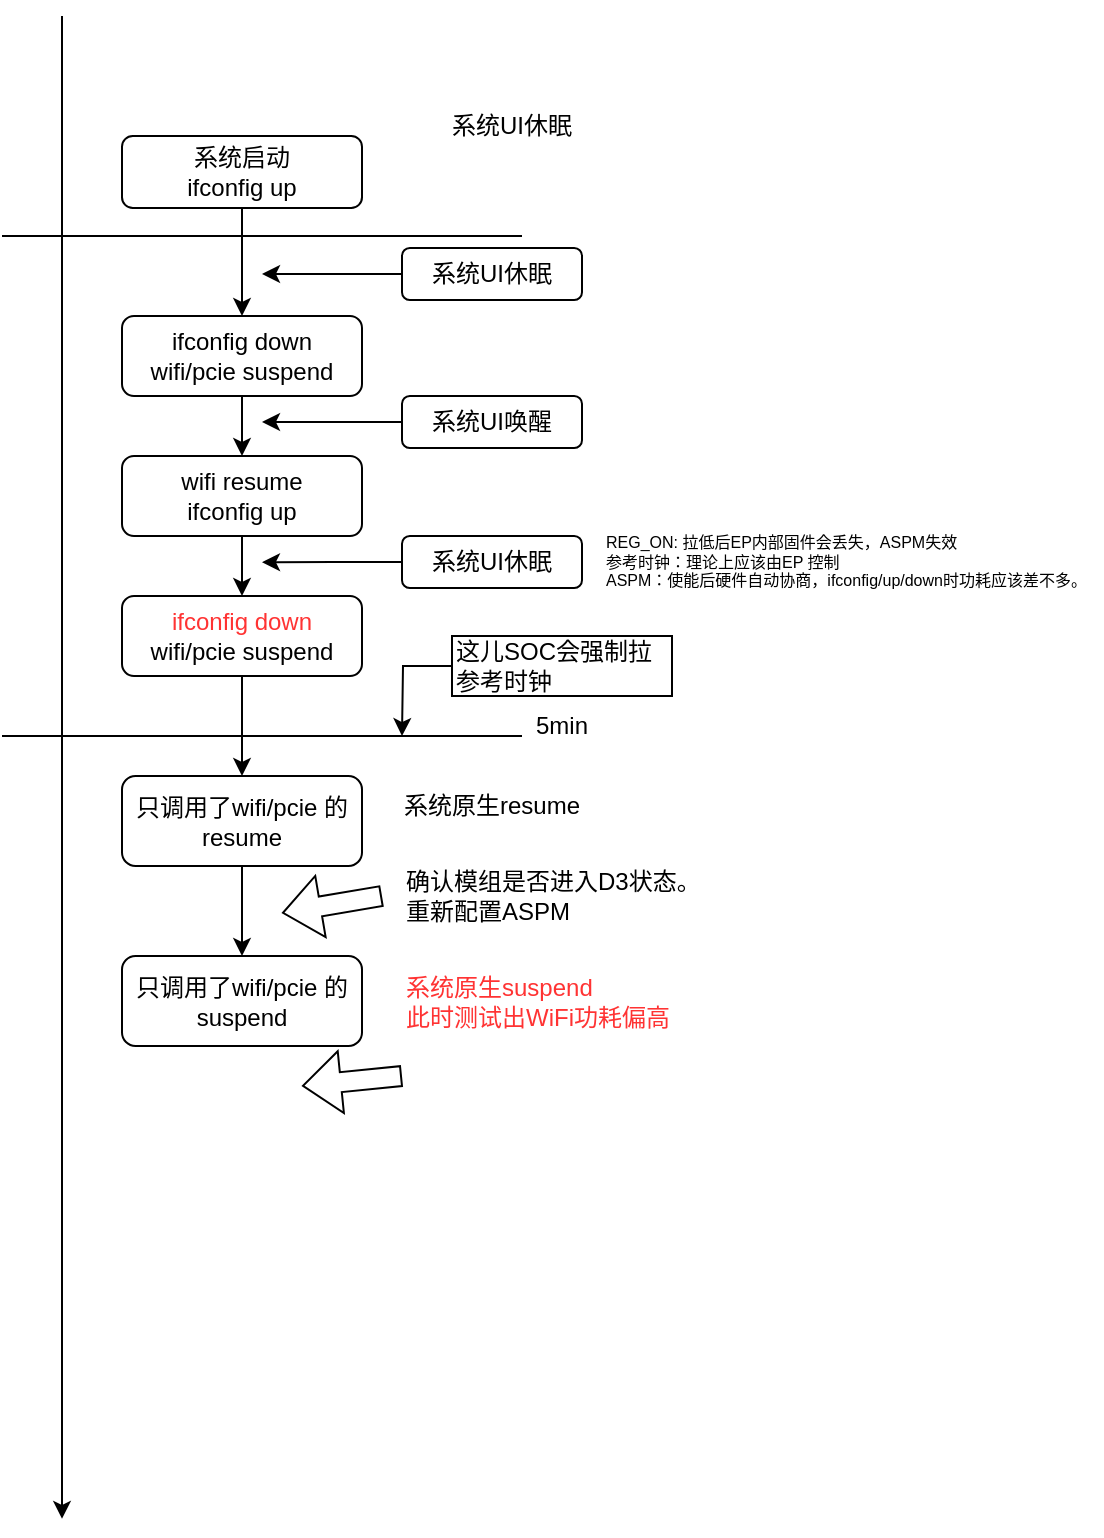
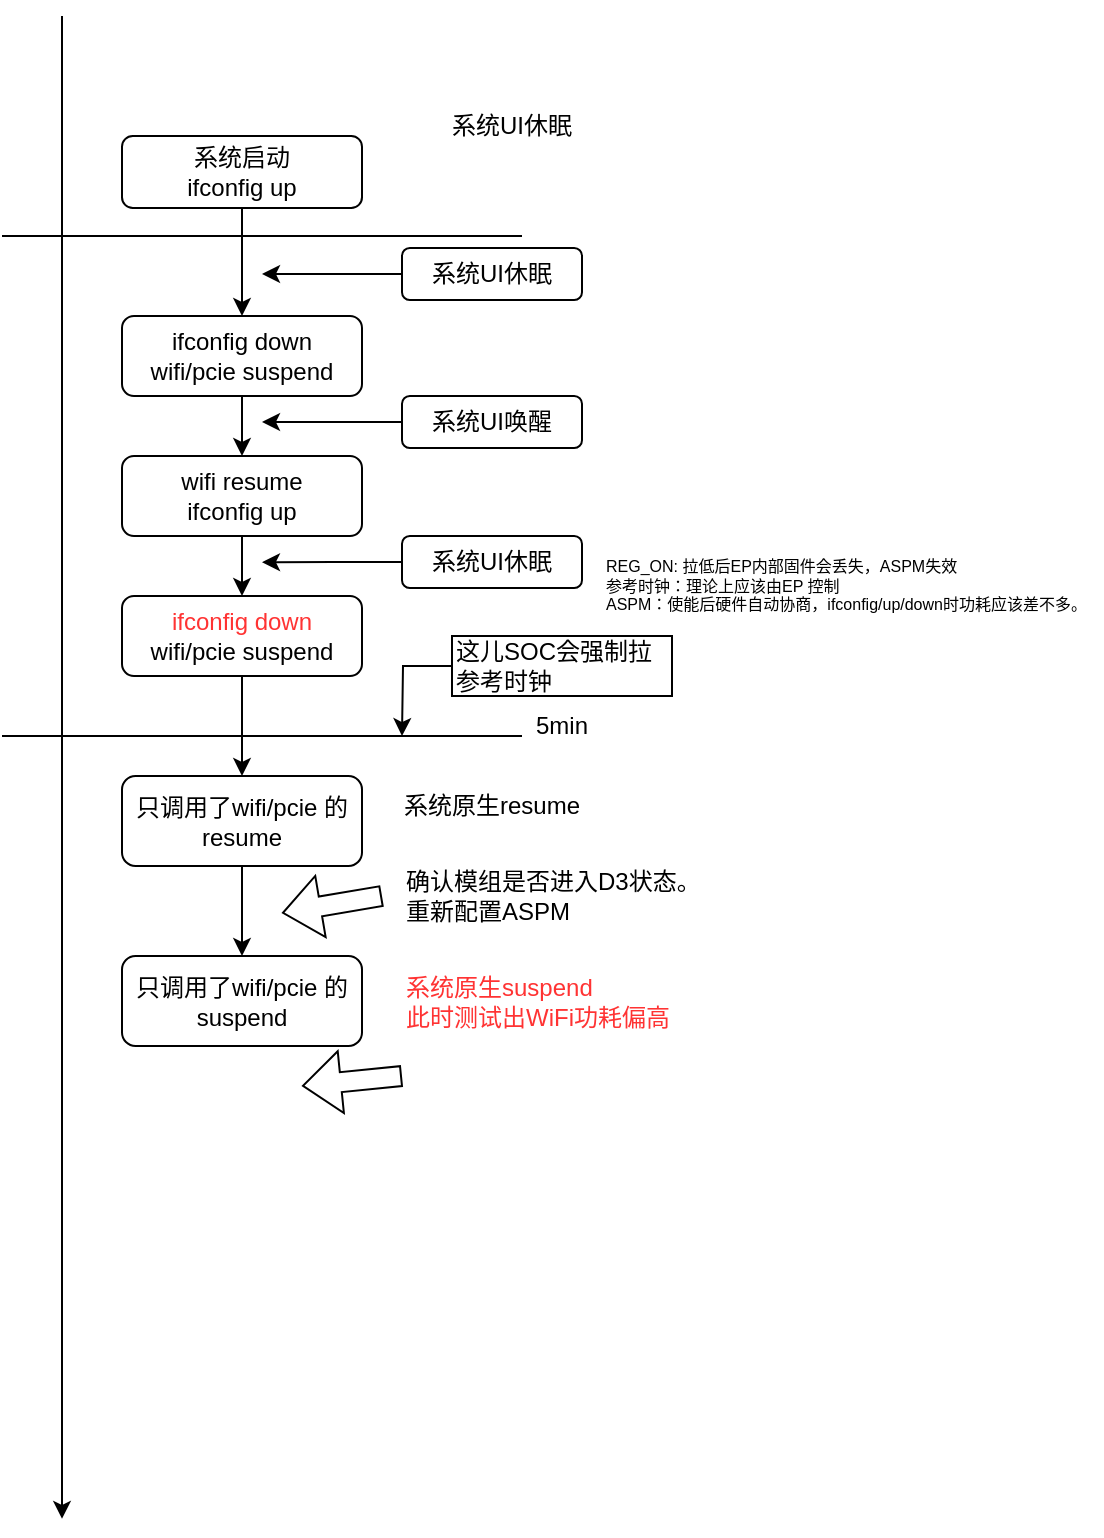
<mxfile host="app.diagrams.net">
  <diagram name="第 1 页" id="ImQaXRlsFguB4ReTO9KS">
    <mxGraphModel dx="758" dy="392" grid="1" gridSize="10" guides="1" tooltips="1" connect="1" arrows="1" fold="1" page="1" pageScale="1" pageWidth="827" pageHeight="1169" math="0" shadow="0">
      <root>
        <mxCell id="0" />
        <mxCell id="1" parent="0" />
        <mxCell id="C1tFleYjg3W5zCN1BD72-1" edge="1" parent="1" style="endArrow=classic;html=1;rounded=0;" value="">
          <mxGeometry height="50" relative="1" width="50" as="geometry">
            <mxPoint x="270" y="140" as="sourcePoint" />
            <mxPoint x="270" y="891.4285714285713" as="targetPoint" />
          </mxGeometry>
        </mxCell>
        <mxCell id="C1tFleYjg3W5zCN1BD72-20" edge="1" parent="1" source="C1tFleYjg3W5zCN1BD72-3" style="edgeStyle=orthogonalEdgeStyle;rounded=0;orthogonalLoop=1;jettySize=auto;html=1;exitX=0.5;exitY=1;exitDx=0;exitDy=0;entryX=0.5;entryY=0;entryDx=0;entryDy=0;" target="C1tFleYjg3W5zCN1BD72-4">
          <mxGeometry relative="1" as="geometry" />
        </mxCell>
        <mxCell id="C1tFleYjg3W5zCN1BD72-3" parent="1" style="rounded=1;whiteSpace=wrap;html=1;" value="系统启动&lt;br&gt;ifconfig up" vertex="1">
          <mxGeometry height="36" width="120" x="300" y="200" as="geometry" />
        </mxCell>
        <mxCell id="C1tFleYjg3W5zCN1BD72-23" edge="1" parent="1" source="C1tFleYjg3W5zCN1BD72-4" style="edgeStyle=orthogonalEdgeStyle;rounded=0;orthogonalLoop=1;jettySize=auto;html=1;exitX=0.5;exitY=1;exitDx=0;exitDy=0;entryX=0.5;entryY=0;entryDx=0;entryDy=0;" target="C1tFleYjg3W5zCN1BD72-6">
          <mxGeometry relative="1" as="geometry" />
        </mxCell>
        <mxCell id="C1tFleYjg3W5zCN1BD72-4" parent="1" style="rounded=1;whiteSpace=wrap;html=1;" value="ifconfig down&lt;div&gt;wifi/pcie suspend&lt;/div&gt;" vertex="1">
          <mxGeometry height="40" width="120" x="300" y="290" as="geometry" />
        </mxCell>
        <mxCell id="C1tFleYjg3W5zCN1BD72-33" edge="1" parent="1" source="C1tFleYjg3W5zCN1BD72-6" style="edgeStyle=orthogonalEdgeStyle;rounded=0;orthogonalLoop=1;jettySize=auto;html=1;exitX=0.5;exitY=1;exitDx=0;exitDy=0;entryX=0.5;entryY=0;entryDx=0;entryDy=0;" target="C1tFleYjg3W5zCN1BD72-9">
          <mxGeometry relative="1" as="geometry" />
        </mxCell>
        <mxCell id="C1tFleYjg3W5zCN1BD72-6" parent="1" style="rounded=1;whiteSpace=wrap;html=1;" value="wifi resume&lt;br&gt;ifconfig up" vertex="1">
          <mxGeometry height="40" width="120" x="300" y="360" as="geometry" />
        </mxCell>
        <mxCell id="C1tFleYjg3W5zCN1BD72-7" edge="1" parent="1" style="endArrow=none;html=1;rounded=0;" value="">
          <mxGeometry height="50" relative="1" width="50" as="geometry">
            <mxPoint x="240" y="250" as="sourcePoint" />
            <mxPoint x="500" y="250" as="targetPoint" />
          </mxGeometry>
        </mxCell>
        <mxCell id="C1tFleYjg3W5zCN1BD72-36" edge="1" parent="1" source="C1tFleYjg3W5zCN1BD72-9" style="edgeStyle=orthogonalEdgeStyle;rounded=0;orthogonalLoop=1;jettySize=auto;html=1;exitX=0.5;exitY=1;exitDx=0;exitDy=0;entryX=0.5;entryY=0;entryDx=0;entryDy=0;" target="C1tFleYjg3W5zCN1BD72-12">
          <mxGeometry relative="1" as="geometry" />
        </mxCell>
        <mxCell id="C1tFleYjg3W5zCN1BD72-9" parent="1" style="rounded=1;whiteSpace=wrap;html=1;" value="&lt;font style=&quot;color: rgb(255, 51, 51);&quot;&gt;ifconfig down&lt;/font&gt;&lt;br&gt;wifi/pcie suspend" vertex="1">
          <mxGeometry height="40" width="120" x="300" y="430" as="geometry" />
        </mxCell>
        <mxCell id="C1tFleYjg3W5zCN1BD72-10" edge="1" parent="1" source="C1tFleYjg3W5zCN1BD72-9" style="edgeStyle=orthogonalEdgeStyle;rounded=0;orthogonalLoop=1;jettySize=auto;html=1;exitX=0.5;exitY=1;exitDx=0;exitDy=0;" target="C1tFleYjg3W5zCN1BD72-9">
          <mxGeometry relative="1" as="geometry" />
        </mxCell>
        <mxCell id="C1tFleYjg3W5zCN1BD72-11" edge="1" parent="1" style="endArrow=none;html=1;rounded=0;" value="">
          <mxGeometry height="50" relative="1" width="50" as="geometry">
            <mxPoint x="240" y="500" as="sourcePoint" />
            <mxPoint x="500" y="500" as="targetPoint" />
          </mxGeometry>
        </mxCell>
        <mxCell id="C1tFleYjg3W5zCN1BD72-37" edge="1" parent="1" source="C1tFleYjg3W5zCN1BD72-12" style="edgeStyle=orthogonalEdgeStyle;rounded=0;orthogonalLoop=1;jettySize=auto;html=1;exitX=0.5;exitY=1;exitDx=0;exitDy=0;entryX=0.5;entryY=0;entryDx=0;entryDy=0;" target="C1tFleYjg3W5zCN1BD72-17">
          <mxGeometry relative="1" as="geometry" />
        </mxCell>
        <mxCell id="C1tFleYjg3W5zCN1BD72-12" parent="1" style="rounded=1;whiteSpace=wrap;html=1;" value="只调用了wifi/pcie 的resume" vertex="1">
          <mxGeometry height="45" width="120" x="300" y="520" as="geometry" />
        </mxCell>
        <mxCell id="C1tFleYjg3W5zCN1BD72-13" parent="1" style="text;html=1;whiteSpace=wrap;strokeColor=none;fillColor=none;align=center;verticalAlign=middle;rounded=0;" value="系统UI休眠" vertex="1">
          <mxGeometry height="30" width="70" x="460" y="180" as="geometry" />
        </mxCell>
        <mxCell id="C1tFleYjg3W5zCN1BD72-16" parent="1" style="text;html=1;whiteSpace=wrap;strokeColor=none;fillColor=none;align=center;verticalAlign=middle;rounded=0;" value="系统原生resume" vertex="1">
          <mxGeometry height="30" width="110" x="430" y="520" as="geometry" />
        </mxCell>
        <mxCell id="C1tFleYjg3W5zCN1BD72-17" parent="1" style="rounded=1;whiteSpace=wrap;html=1;" value="只调用了wifi/pcie 的suspend" vertex="1">
          <mxGeometry height="45" width="120" x="300" y="610" as="geometry" />
        </mxCell>
        <mxCell id="C1tFleYjg3W5zCN1BD72-18" parent="1" style="text;html=1;whiteSpace=wrap;strokeColor=none;fillColor=none;align=left;verticalAlign=middle;rounded=0;" value="&lt;font style=&quot;color: rgb(255, 51, 51);&quot;&gt;系统原生suspend&lt;/font&gt;&lt;div&gt;&lt;span style=&quot;background-color: transparent;&quot;&gt;&lt;font style=&quot;color: rgb(255, 51, 51);&quot;&gt;此时测试出WiFi功耗偏高&lt;/font&gt;&lt;/span&gt;&lt;/div&gt;" vertex="1">
          <mxGeometry height="60" width="145" x="440" y="602.5" as="geometry" />
        </mxCell>
        <mxCell id="C1tFleYjg3W5zCN1BD72-19" parent="1" style="text;html=1;whiteSpace=wrap;strokeColor=none;fillColor=none;align=center;verticalAlign=middle;rounded=0;" value="5min" vertex="1">
          <mxGeometry height="30" width="60" x="490" y="480" as="geometry" />
        </mxCell>
        <mxCell id="C1tFleYjg3W5zCN1BD72-39" edge="1" parent="1" source="C1tFleYjg3W5zCN1BD72-21" style="edgeStyle=orthogonalEdgeStyle;rounded=0;orthogonalLoop=1;jettySize=auto;html=1;">
          <mxGeometry relative="1" as="geometry">
            <mxPoint x="370" y="269" as="targetPoint" />
          </mxGeometry>
        </mxCell>
        <mxCell id="C1tFleYjg3W5zCN1BD72-21" parent="1" style="rounded=1;whiteSpace=wrap;html=1;" value="系统UI休眠" vertex="1">
          <mxGeometry height="26" width="90" x="440" y="256" as="geometry" />
        </mxCell>
        <mxCell id="C1tFleYjg3W5zCN1BD72-26" edge="1" parent="1" source="C1tFleYjg3W5zCN1BD72-27" style="edgeStyle=orthogonalEdgeStyle;rounded=0;orthogonalLoop=1;jettySize=auto;html=1;">
          <mxGeometry relative="1" as="geometry">
            <mxPoint x="370" y="343" as="targetPoint" />
          </mxGeometry>
        </mxCell>
        <mxCell id="C1tFleYjg3W5zCN1BD72-27" parent="1" style="rounded=1;whiteSpace=wrap;html=1;" value="系统UI唤醒" vertex="1">
          <mxGeometry height="26" width="90" x="440" y="330" as="geometry" />
        </mxCell>
        <mxCell id="C1tFleYjg3W5zCN1BD72-40" edge="1" parent="1" source="C1tFleYjg3W5zCN1BD72-32" style="edgeStyle=orthogonalEdgeStyle;rounded=0;orthogonalLoop=1;jettySize=auto;html=1;exitX=0;exitY=0.5;exitDx=0;exitDy=0;">
          <mxGeometry relative="1" as="geometry">
            <mxPoint x="370" y="413.1111111111111" as="targetPoint" />
          </mxGeometry>
        </mxCell>
        <mxCell id="C1tFleYjg3W5zCN1BD72-32" parent="1" style="rounded=1;whiteSpace=wrap;html=1;" value="系统UI休眠" vertex="1">
          <mxGeometry height="26" width="90" x="440" y="400" as="geometry" />
        </mxCell>
        <mxCell id="N1FkIVkvK4R3nEjsa3D1-1" edge="1" parent="1" style="shape=flexArrow;endArrow=classic;html=1;rounded=0;" value="">
          <mxGeometry height="50" relative="1" width="50" as="geometry">
            <mxPoint x="430" y="580" as="sourcePoint" />
            <mxPoint x="380" y="588.5" as="targetPoint" />
          </mxGeometry>
        </mxCell>
        <mxCell id="N1FkIVkvK4R3nEjsa3D1-2" edge="1" parent="1" style="shape=flexArrow;endArrow=classic;html=1;rounded=0;" value="">
          <mxGeometry height="50" relative="1" width="50" as="geometry">
            <mxPoint x="440" y="670" as="sourcePoint" />
            <mxPoint x="390" y="675" as="targetPoint" />
          </mxGeometry>
        </mxCell>
        <mxCell id="N1FkIVkvK4R3nEjsa3D1-3" parent="1" style="text;html=1;whiteSpace=wrap;strokeColor=none;fillColor=none;align=left;verticalAlign=middle;rounded=0;" value="确认模组是否进入D3状态。&lt;br&gt;重新配置ASPM" vertex="1">
          <mxGeometry height="30" width="165" x="440" y="565" as="geometry" />
        </mxCell>
        <mxCell id="N1FkIVkvK4R3nEjsa3D1-5" edge="1" parent="1" source="N1FkIVkvK4R3nEjsa3D1-4" style="edgeStyle=orthogonalEdgeStyle;rounded=0;orthogonalLoop=1;jettySize=auto;html=1;">
          <mxGeometry relative="1" as="geometry">
            <mxPoint x="440" y="500" as="targetPoint" />
          </mxGeometry>
        </mxCell>
        <mxCell id="N1FkIVkvK4R3nEjsa3D1-4" parent="1" style="text;html=1;whiteSpace=wrap;align=left;verticalAlign=middle;rounded=0;strokeColor=default;" value="这儿SOC会强制拉参考时钟" vertex="1">
          <mxGeometry height="30" width="110" x="465" y="450" as="geometry" />
        </mxCell>
        <mxCell id="N1FkIVkvK4R3nEjsa3D1-6" parent="1" style="text;html=1;whiteSpace=wrap;strokeColor=none;fillColor=none;align=left;verticalAlign=middle;rounded=0;fontSize=8;" value="REG_ON: 拉低后EP内部固件会丢失，ASPM失效&lt;div&gt;参考时钟：理论上应该由EP 控制&lt;/div&gt;&lt;div&gt;ASPM：使能后硬件自动协商，ifconfig/up/down时功耗应该差不多。&lt;/div&gt;" vertex="1">
-           <mxGeometry height="50" width="250" x="540" y="388" as="geometry" />
+           <mxGeometry height="50" width="250" x="540" y="400" as="geometry" />
        </mxCell>
      </root>
    </mxGraphModel>
  </diagram>
</mxfile>
